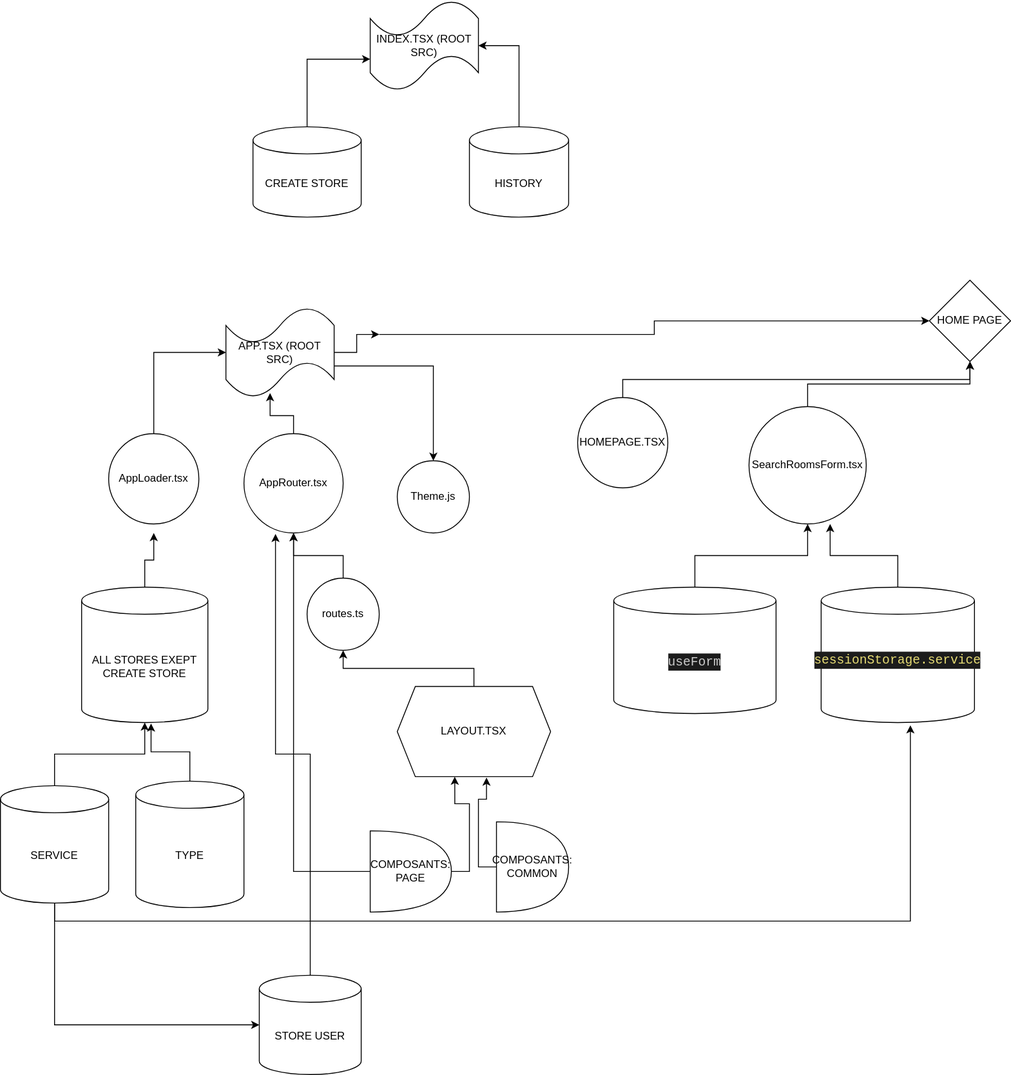
Above: HOME PAGE FLOW.drawio.svg in sourisooo/BOOKING-PROJET-2 (draw.io), before the change. Source tidied: cells renumbered, new cells last; positions are measured from the earlier drawing's top-left corner, leaving out a move shared by most shapes.
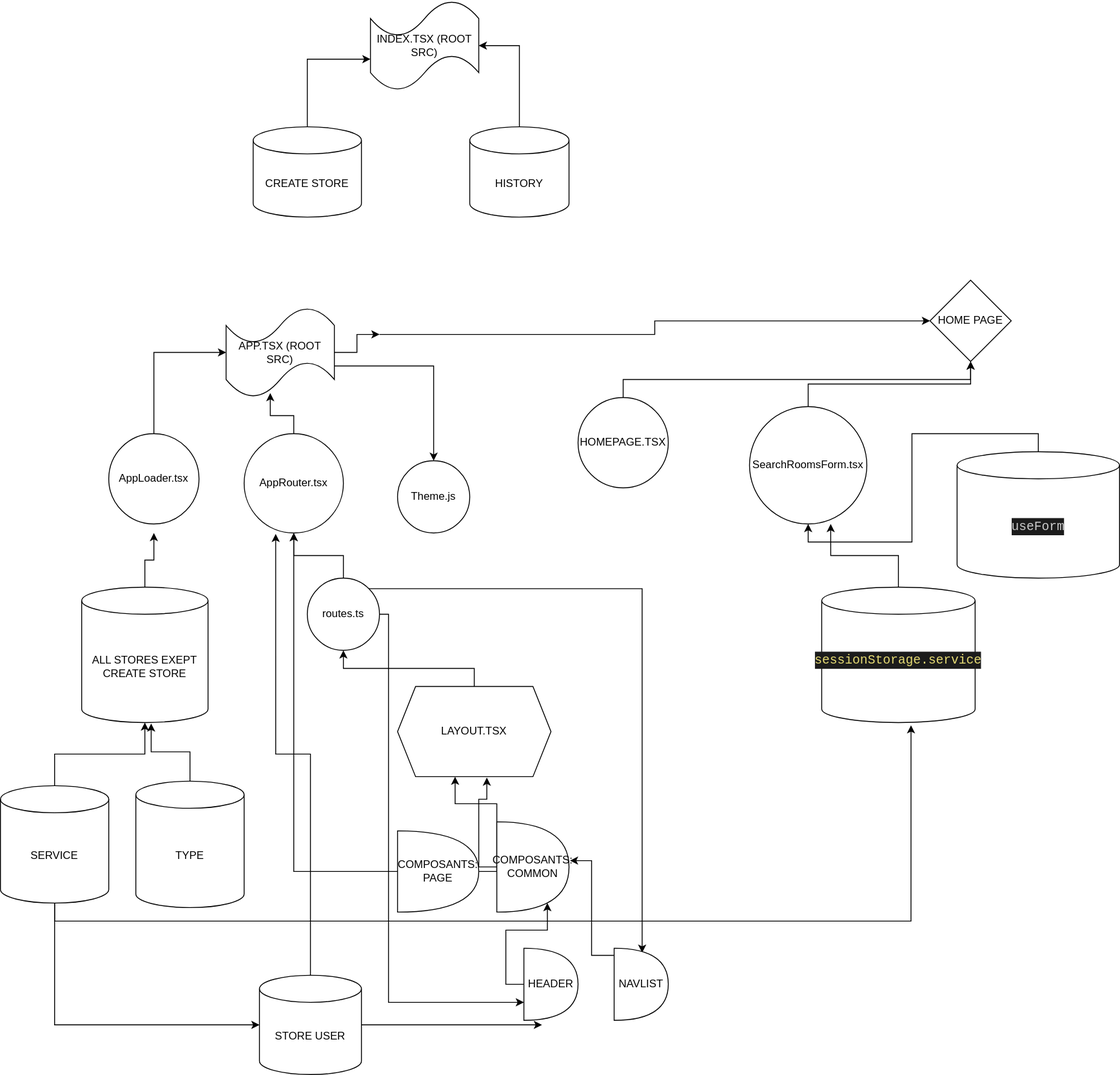
The same diagram one commit later.

Commit message:
Mettre à jour HOME PAGE FLOW.drawio.svg

The edit, as a diff of the source:
```diff
@@ -21,7 +21,7 @@
       <mxGeometry relative="1" as="geometry" />
     </mxCell>
     <mxCell id="8" value="&lt;div style=&quot;color: rgb(204, 204, 204); background-color: rgb(28, 28, 28); font-family: Consolas, &amp;quot;Courier New&amp;quot;, monospace; font-size: 14px; line-height: 19px;&quot;&gt;useForm&lt;/div&gt;" style="shape=cylinder3;whiteSpace=wrap;html=1;boundedLbl=1;backgroundOutline=1;size=15;" parent="1" vertex="1">
-      <mxGeometry x="680" y="650" width="180" height="140" as="geometry" />
+      <mxGeometry x="1060" y="500" width="180" height="140" as="geometry" />
     </mxCell>
     <mxCell id="9" style="edgeStyle=orthogonalEdgeStyle;rounded=0;jettySize=auto;html=1;exitX=0.5;exitY=0;exitDx=0;exitDy=0;exitPerimeter=0;entryX=0.692;entryY=1;entryDx=0;entryDy=0;entryPerimeter=0;" parent="1" edge="1" source="10" target="6">
       <mxGeometry relative="1" as="geometry" />
@@ -68,6 +68,17 @@
     <mxCell id="21" style="edgeStyle=orthogonalEdgeStyle;rounded=0;jettySize=auto;html=1;entryX=0.5;entryY=1;entryDx=0;entryDy=0;" parent="1" edge="1" source="22" target="18">
       <mxGeometry relative="1" as="geometry" />
     </mxCell>
+    <mxCell id="45" style="edgeStyle=orthogonalEdgeStyle;rounded=0;jettySize=auto;html=1;exitX=1;exitY=0.5;exitDx=0;exitDy=0;entryX=0;entryY=0.75;entryDx=0;entryDy=0;entryPerimeter=0;" parent="1" edge="1" source="22" target="49">
+      <mxGeometry relative="1" as="geometry">
+        <Array as="points">
+          <mxPoint x="430" y="680" />
+          <mxPoint x="430" y="1110" />
+        </Array>
+      </mxGeometry>
+    </mxCell>
+    <mxCell id="46" style="edgeStyle=orthogonalEdgeStyle;rounded=0;jettySize=auto;html=1;exitX=1;exitY=0;exitDx=0;exitDy=0;entryX=0.517;entryY=0.063;entryDx=0;entryDy=0;entryPerimeter=0;" parent="1" edge="1" source="22" target="51">
+      <mxGeometry relative="1" as="geometry" />
+    </mxCell>
     <mxCell id="22" value="routes.ts" style="ellipse;whiteSpace=wrap;html=1;" parent="1" vertex="1">
       <mxGeometry x="340" y="640" width="80" height="80" as="geometry" />
     </mxCell>
@@ -123,7 +134,7 @@
       <mxGeometry relative="1" as="geometry" />
     </mxCell>
     <mxCell id="40" value="COMPOSANTS:&lt;br&gt;PAGE" style="shape=or;whiteSpace=wrap;html=1;" parent="1" vertex="1">
-      <mxGeometry x="410" y="920" width="90" height="90" as="geometry" />
+      <mxGeometry x="440" y="920" width="90" height="90" as="geometry" />
     </mxCell>
     <mxCell id="41" style="edgeStyle=orthogonalEdgeStyle;rounded=0;jettySize=auto;html=1;exitX=0;exitY=0.5;exitDx=0;exitDy=0;exitPerimeter=0;entryX=0.582;entryY=1.01;entryDx=0;entryDy=0;entryPerimeter=0;" parent="1" edge="1" source="42" target="37">
       <mxGeometry relative="1" as="geometry" />
@@ -134,8 +145,25 @@
     <mxCell id="43" style="edgeStyle=orthogonalEdgeStyle;rounded=0;jettySize=auto;html=1;exitX=0.5;exitY=0;exitDx=0;exitDy=0;exitPerimeter=0;entryX=0.318;entryY=1.009;entryDx=0;entryDy=0;entryPerimeter=0;" parent="1" edge="1" source="44" target="18">
       <mxGeometry relative="1" as="geometry" />
     </mxCell>
+    <mxCell id="47" style="edgeStyle=orthogonalEdgeStyle;rounded=0;jettySize=auto;html=1;exitX=1;exitY=0.5;exitDx=0;exitDy=0;exitPerimeter=0;" parent="1" edge="1" source="44">
+      <mxGeometry relative="1" as="geometry">
+        <mxPoint x="600" y="1135" as="targetPoint" />
+      </mxGeometry>
+    </mxCell>
     <mxCell id="44" value="STORE USER" style="shape=cylinder3;whiteSpace=wrap;html=1;boundedLbl=1;backgroundOutline=1;size=15;" parent="1" vertex="1">
       <mxGeometry x="287" y="1080" width="113" height="110" as="geometry" />
     </mxCell>
+    <mxCell id="48" style="edgeStyle=orthogonalEdgeStyle;rounded=0;jettySize=auto;html=1;exitX=0;exitY=0.5;exitDx=0;exitDy=0;exitPerimeter=0;entryX=0.7;entryY=0.9;entryDx=0;entryDy=0;entryPerimeter=0;" parent="1" edge="1" source="49" target="42">
+      <mxGeometry relative="1" as="geometry" />
+    </mxCell>
+    <mxCell id="49" value="HEADER" style="shape=or;whiteSpace=wrap;html=1;" parent="1" vertex="1">
+      <mxGeometry x="580" y="1050" width="60" height="80" as="geometry" />
+    </mxCell>
+    <mxCell id="50" style="edgeStyle=orthogonalEdgeStyle;rounded=0;jettySize=auto;html=1;exitX=0.7;exitY=0.1;exitDx=0;exitDy=0;exitPerimeter=0;entryX=1.013;entryY=0.43;entryDx=0;entryDy=0;entryPerimeter=0;" parent="1" edge="1" source="51" target="42">
+      <mxGeometry relative="1" as="geometry" />
+    </mxCell>
+    <mxCell id="51" value="NAVLIST" style="shape=or;whiteSpace=wrap;html=1;" parent="1" vertex="1">
+      <mxGeometry x="680" y="1050" width="60" height="80" as="geometry" />
+    </mxCell>
   </root>
 </mxGraphModel>
```
